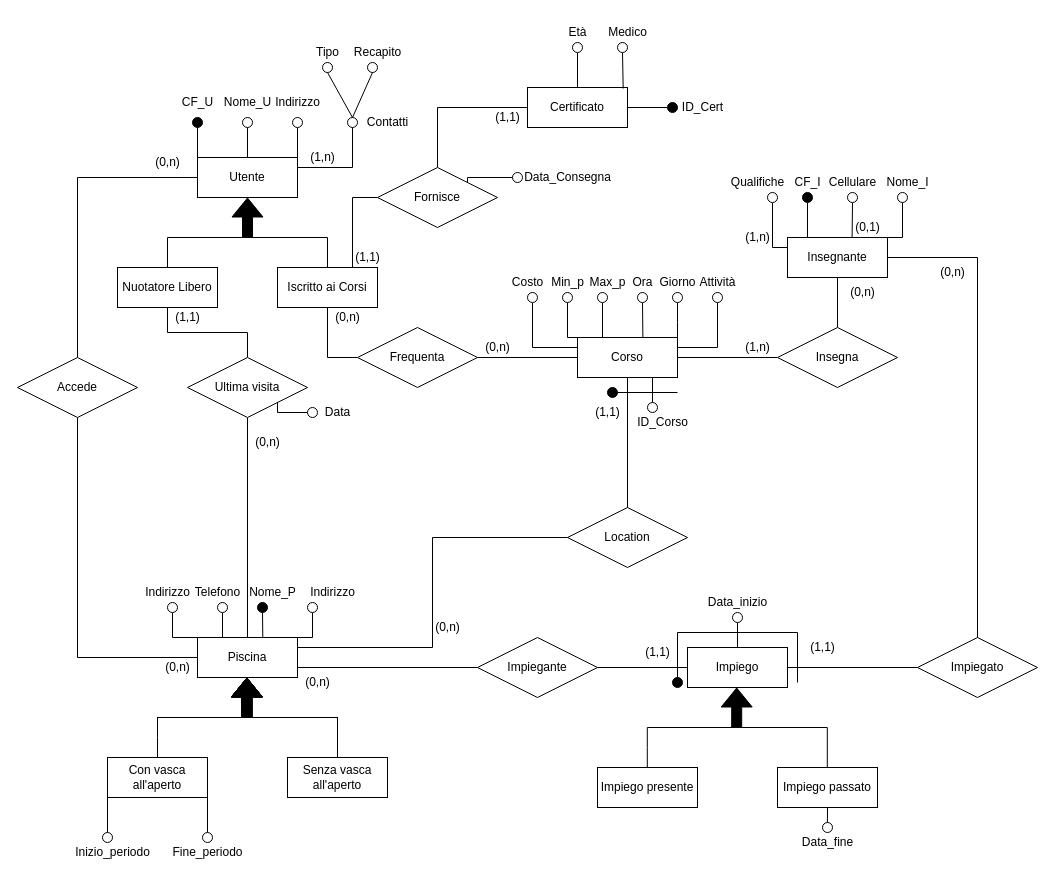
Above: ER Diagrams/Diagram2.drawio in fra-dln/PiscineComunali (draw.io), before the change. Source tidied: cells renumbered, new cells numbered last; positions are measured from the earlier drawing's top-left corner, leaving out a move shared by most shapes. Both pictures are drawn from the tidied source at 100%, with x=0, y=0 at pixel (17, 22).
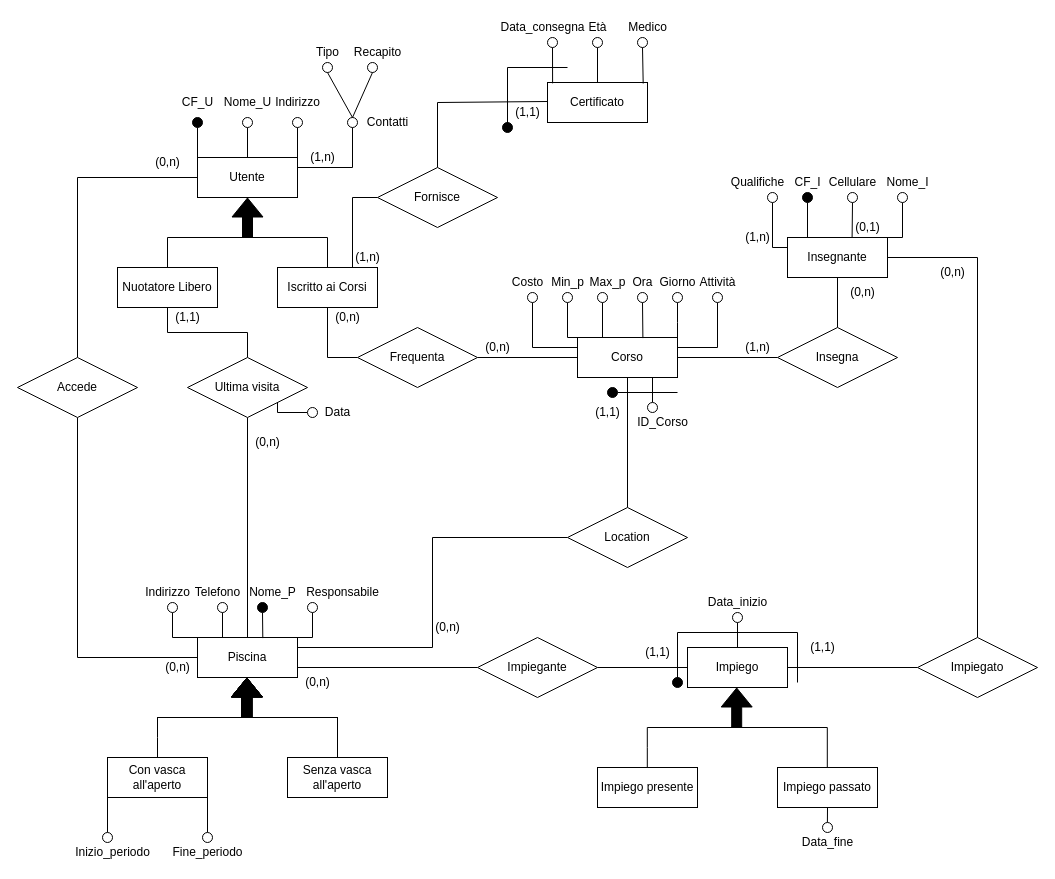
The same page after the edit.

Unchanged cells that the change refers to:
```xml
<mxCell id="8" value="Fornisce" style="shape=rhombus;perimeter=rhombusPerimeter;whiteSpace=wrap;html=1;align=center;" parent="1" vertex="1">
  <mxGeometry x="360" y="145" width="120" height="60" as="geometry" />
</mxCell>
```

Change to the diagram source:
```diff
@@
-    <mxCell id="7" style="edgeStyle=orthogonalEdgeStyle;rounded=0;jettySize=auto;html=1;exitX=0.5;exitY=0;exitDx=0;exitDy=0;entryX=0;entryY=0.5;entryDx=0;entryDy=0;endArrow=none;endFill=0;fillColor=#000000;" parent="1" edge="1" source="8" target="19">
-      <mxGeometry relative="1" as="geometry" />
+    <mxCell id="7" style="edgeStyle=orthogonalEdgeStyle;rounded=0;jettySize=auto;html=1;exitX=0.5;exitY=0;exitDx=0;exitDy=0;entryX=1;entryY=-0.05;entryDx=0;entryDy=0;endArrow=none;endFill=0;fillColor=#000000;entryPerimeter=0;" parent="1" edge="1" source="8" target="69">
+      <mxGeometry relative="1" as="geometry">
+        <Array as="points">
+          <mxPoint x="420" y="80" />
+          <mxPoint x="530" y="80" />
+        </Array>
+      </mxGeometry>
     </mxCell>
@@
-    <mxCell id="18" style="edgeStyle=orthogonalEdgeStyle;rounded=0;jettySize=auto;html=1;exitX=1;exitY=0.5;exitDx=0;exitDy=0;entryX=0;entryY=0.5;entryDx=0;entryDy=0;endArrow=none;endFill=0;fillColor=#000000;" parent="1" edge="1" source="19" target="64">
-      <mxGeometry relative="1" as="geometry" />
-    </mxCell>
-    <mxCell id="19" value="Certificato" style="whiteSpace=wrap;html=1;align=center;" parent="1" vertex="1">
-      <mxGeometry x="510" y="65" width="100" height="40" as="geometry" />
-    </mxCell>
@@
-    <mxCell id="58" style="edgeStyle=orthogonalEdgeStyle;rounded=0;jettySize=auto;html=1;exitX=0;exitY=0.5;exitDx=0;exitDy=0;entryX=1;entryY=0;entryDx=0;entryDy=0;endArrow=none;endFill=0;fillColor=#000000;" parent="1" edge="1" source="59" target="8">
-      <mxGeometry relative="1" as="geometry">
-        <Array as="points">
-          <mxPoint x="450" y="155" />
-        </Array>
-      </mxGeometry>
-    </mxCell>
-    <mxCell id="59" style="ellipse;whiteSpace=wrap;html=1;" parent="1" vertex="1">
-      <mxGeometry x="495" y="150" width="10" height="10" as="geometry" />
-    </mxCell>
-    <mxCell id="60" style="edgeStyle=orthogonalEdgeStyle;rounded=0;jettySize=auto;html=1;exitX=0.5;exitY=1;exitDx=0;exitDy=0;endArrow=none;endFill=0;fillColor=#000000;" parent="1" edge="1" source="61" target="19">
-      <mxGeometry relative="1" as="geometry" />
-    </mxCell>
-    <mxCell id="61" style="ellipse;whiteSpace=wrap;html=1;" parent="1" vertex="1">
-      <mxGeometry x="555" y="20" width="10" height="10" as="geometry" />
-    </mxCell>
-    <mxCell id="62" style="edgeStyle=orthogonalEdgeStyle;rounded=0;jettySize=auto;html=1;exitX=0.5;exitY=1;exitDx=0;exitDy=0;entryX=0.957;entryY=0.025;entryDx=0;entryDy=0;entryPerimeter=0;endArrow=none;endFill=0;fillColor=#000000;" parent="1" edge="1" source="63" target="19">
-      <mxGeometry relative="1" as="geometry" />
-    </mxCell>
-    <mxCell id="63" style="ellipse;whiteSpace=wrap;html=1;" parent="1" vertex="1">
-      <mxGeometry x="600" y="20" width="10" height="10" as="geometry" />
-    </mxCell>
-    <mxCell id="64" style="ellipse;whiteSpace=wrap;html=1;fillColor=#000000;" parent="1" vertex="1">
-      <mxGeometry x="650" y="80" width="10" height="10" as="geometry" />
-    </mxCell>
-    <mxCell id="65" value="ID_Cert" style="text;html=1;align=center;verticalAlign=middle;strokeColor=none;fillColor=none;" parent="1" vertex="1">
-      <mxGeometry x="655" y="75" width="60" height="20" as="geometry" />
-    </mxCell>
-    <mxCell id="66" value="Medico" style="text;html=1;align=center;verticalAlign=middle;strokeColor=none;fillColor=none;" parent="1" vertex="1">
-      <mxGeometry x="585" width="50" height="20" as="geometry" />
-    </mxCell>
-    <mxCell id="67" value="Età" style="text;html=1;align=center;verticalAlign=middle;strokeColor=none;fillColor=none;" parent="1" vertex="1">
-      <mxGeometry x="545" width="30" height="20" as="geometry" />
-    </mxCell>
-    <mxCell id="68" value="Data_Consegna" style="text;html=1;align=center;verticalAlign=middle;strokeColor=none;fillColor=none;" parent="1" vertex="1">
-      <mxGeometry x="500" y="145" width="100" height="20" as="geometry" />
-    </mxCell>
-    <mxCell id="69" value="(1,1)" style="text;html=1;align=center;verticalAlign=middle;points=[];strokeColor=none;fillColor=none;" parent="1" vertex="1">
-      <mxGeometry x="470" y="85" width="40" height="20" as="geometry" />
-    </mxCell>
-    <mxCell id="70" value="(1,1)" style="text;html=1;align=center;verticalAlign=middle;strokeColor=none;fillColor=none;" parent="1" vertex="1">
+    <mxCell id="70" value="(1,n)" style="text;html=1;align=center;verticalAlign=middle;strokeColor=none;fillColor=none;" parent="1" vertex="1">
       <mxGeometry x="330" y="225" width="40" height="20" as="geometry" />
     </mxCell>
@@
-    <mxCell id="85" value="Indirizzo" style="text;html=1;align=center;verticalAlign=middle;strokeColor=none;fillColor=none;" parent="1" vertex="1">
-      <mxGeometry x="285" y="560" width="60" height="20" as="geometry" />
+    <mxCell id="85" value="Responsabile" style="text;html=1;align=center;verticalAlign=middle;strokeColor=none;fillColor=none;" parent="1" vertex="1">
+      <mxGeometry x="280" y="560" width="90" height="20" as="geometry" />
     </mxCell>
@@
+    <mxCell id="19" value="Certificato" style="whiteSpace=wrap;html=1;align=center;" parent="1" vertex="1">
+      <mxGeometry x="530" y="60" width="100" height="40" as="geometry" />
+    </mxCell>
+    <mxCell id="174" style="edgeStyle=orthogonalEdgeStyle;rounded=0;jettySize=auto;html=1;exitX=0.5;exitY=1;exitDx=0;exitDy=0;endArrow=none;endFill=0;fillColor=#000000;" parent="1" edge="1" source="175" target="19">
+      <mxGeometry relative="1" as="geometry" />
+    </mxCell>
+    <mxCell id="175" style="ellipse;whiteSpace=wrap;html=1;" parent="1" vertex="1">
+      <mxGeometry x="575" y="15" width="10" height="10" as="geometry" />
+    </mxCell>
+    <mxCell id="176" style="edgeStyle=orthogonalEdgeStyle;rounded=0;jettySize=auto;html=1;exitX=0.5;exitY=1;exitDx=0;exitDy=0;entryX=0.957;entryY=0.025;entryDx=0;entryDy=0;entryPerimeter=0;endArrow=none;endFill=0;fillColor=#000000;" parent="1" edge="1" source="177" target="19">
+      <mxGeometry relative="1" as="geometry" />
+    </mxCell>
+    <mxCell id="177" style="ellipse;whiteSpace=wrap;html=1;" parent="1" vertex="1">
+      <mxGeometry x="620" y="15" width="10" height="10" as="geometry" />
+    </mxCell>
+    <mxCell id="66" value="Medico" style="text;html=1;align=center;verticalAlign=middle;strokeColor=none;fillColor=none;" parent="1" vertex="1">
+      <mxGeometry x="605" y="-5" width="50" height="20" as="geometry" />
+    </mxCell>
+    <mxCell id="67" value="Età" style="text;html=1;align=center;verticalAlign=middle;strokeColor=none;fillColor=none;" parent="1" vertex="1">
+      <mxGeometry x="565" y="-5" width="30" height="20" as="geometry" />
+    </mxCell>
+    <mxCell id="69" value="(1,1)" style="text;html=1;align=center;verticalAlign=middle;points=[];strokeColor=none;fillColor=none;" parent="1" vertex="1">
+      <mxGeometry x="490" y="80" width="40" height="20" as="geometry" />
+    </mxCell>
+    <mxCell id="178" style="edgeStyle=orthogonalEdgeStyle;rounded=0;jettySize=auto;html=1;exitX=0.5;exitY=1;exitDx=0;exitDy=0;entryX=0.051;entryY=0.021;entryDx=0;entryDy=0;entryPerimeter=0;endArrow=none;endFill=0;" parent="1" edge="1" source="179" target="19">
+      <mxGeometry relative="1" as="geometry" />
+    </mxCell>
+    <mxCell id="179" style="ellipse;whiteSpace=wrap;html=1;" parent="1" vertex="1">
+      <mxGeometry x="530" y="15" width="10" height="10" as="geometry" />
+    </mxCell>
+    <mxCell id="180" value="Data_consegna" style="text;html=1;align=center;verticalAlign=middle;strokeColor=none;fillColor=none;" parent="1" vertex="1">
+      <mxGeometry x="475" y="-5" width="100" height="20" as="geometry" />
+    </mxCell>
+    <mxCell id="181" style="endArrow=none;html=1;rounded=0;" parent="1" edge="1">
+      <mxGeometry relative="1" as="geometry">
+        <mxPoint x="490" y="105" as="sourcePoint" />
+        <mxPoint x="490" y="45" as="targetPoint" />
+      </mxGeometry>
+    </mxCell>
+    <mxCell id="182" style="endArrow=none;html=1;rounded=0;" parent="1" edge="1">
+      <mxGeometry relative="1" as="geometry">
+        <mxPoint x="550" y="45" as="sourcePoint" />
+        <mxPoint x="490" y="45" as="targetPoint" />
+      </mxGeometry>
+    </mxCell>
+    <mxCell id="183" style="ellipse;whiteSpace=wrap;html=1;fillColor=#000000;" parent="1" vertex="1">
+      <mxGeometry x="485" y="100" width="10" height="10" as="geometry" />
+    </mxCell>
```
